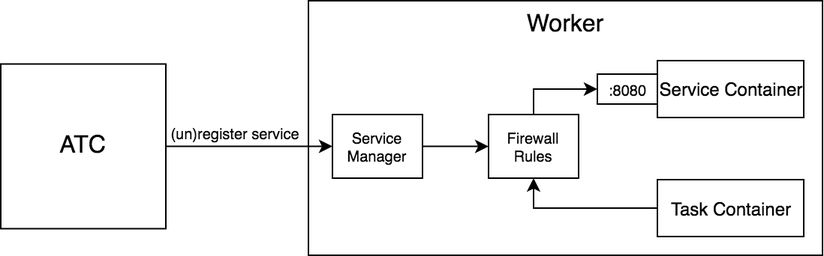
Above: 084-services/service-manager.png in concourse/rfcs (draw.io), before the change. Source tidied: cells renumbered, new cells last; positions are measured from the earlier drawing's top-left corner, leaving out a move shared by most shapes.
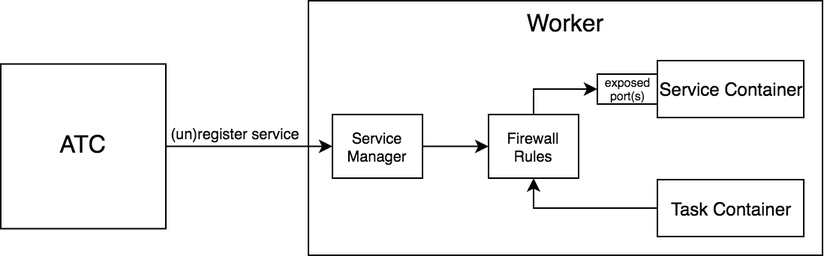
The same diagram one commit later.

Commit message:
remove specific port from image

it was just confusing

The edit, as a diff of the source:
```diff
@@ -8,7 +8,7 @@
     <mxCell id="3" value="Service Container" style="rounded=0;whiteSpace=wrap;html=1;fontSize=12;" parent="1" vertex="1">
       <mxGeometry x="437.5" y="40" width="97.5" height="38" as="geometry" />
     </mxCell>
-    <mxCell id="4" value=":8080" style="rounded=0;whiteSpace=wrap;html=1;fontSize=10;" parent="1" vertex="1">
+    <mxCell id="4" value="exposed&lt;br style=&quot;font-size: 8px;&quot;&gt;port(s)" style="rounded=0;whiteSpace=wrap;fontSize=8;html=1;" parent="1" vertex="1">
       <mxGeometry x="397.5" y="49" width="40" height="20" as="geometry" />
     </mxCell>
     <mxCell id="5" value="ATC" style="rounded=0;whiteSpace=wrap;html=1;horizontal=1;verticalAlign=middle;fontSize=16;" parent="1" vertex="1">
```
